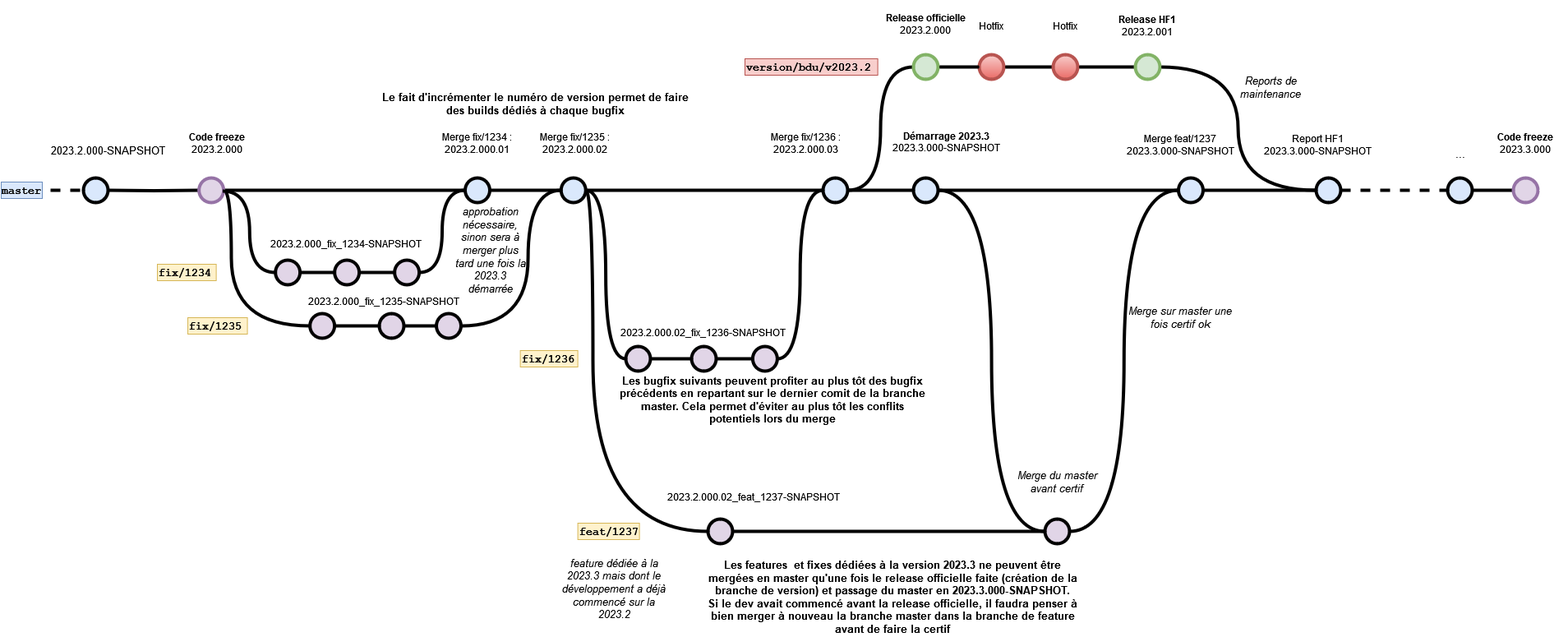
Above: proposition-release-git.drawio.png in omasseau/drawio (draw.io), before the change. Source tidied: cells renumbered, new cells last; positions are measured from the earlier drawing's top-left corner, leaving out a move shared by most shapes.
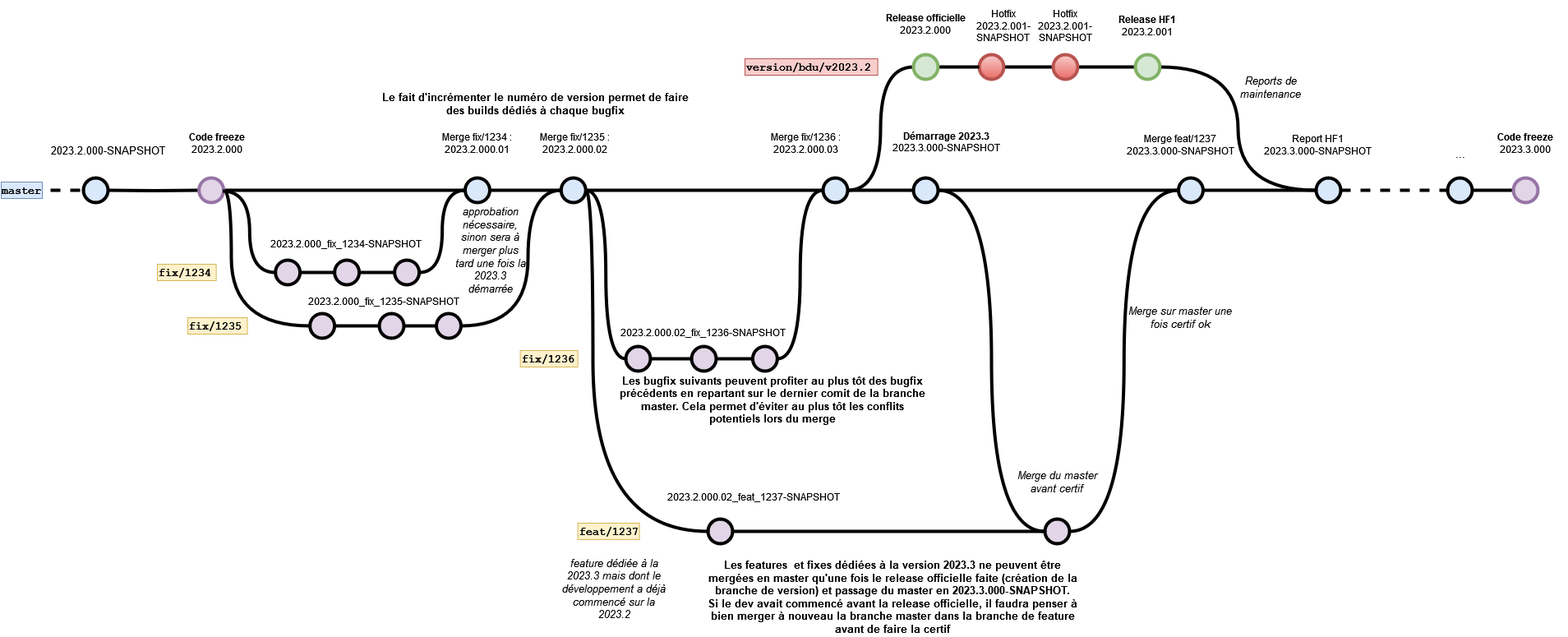
After the change.

Commit message:
Add versions for hotfix commits

Diff of the diagram source:
```diff
@@ -166,10 +166,10 @@
     <mxCell id="50" value="version/bdu/v2023.2" style="text;html=1;strokeColor=#b85450;fillColor=#f8cecc;align=left;verticalAlign=middle;whiteSpace=wrap;overflow=hidden;fontSize=14;fontStyle=1;fontFamily=Courier New;" parent="1" vertex="1">
       <mxGeometry x="905" y="70" width="161.6" height="20" as="geometry" />
     </mxCell>
-    <mxCell id="51" value="Hotfix" style="text;html=1;strokeColor=none;fillColor=none;align=center;verticalAlign=middle;whiteSpace=wrap;overflow=hidden;fontSize=12;" parent="1" vertex="1">
-      <mxGeometry x="1155" width="100" height="60" as="geometry" />
+    <mxCell id="51" value="&lt;div&gt;Hotfix&lt;br&gt;2023.2.001-SNAPSHOT&lt;br&gt;&lt;/div&gt;" style="text;html=1;strokeColor=none;fillColor=none;align=center;verticalAlign=middle;whiteSpace=wrap;overflow=hidden;fontSize=12;" parent="1" vertex="1">
+      <mxGeometry x="1170" width="100" height="60" as="geometry" />
     </mxCell>
-    <mxCell id="52" value="&lt;div style=&quot;font-size: 12px;&quot;&gt;Hotfix&lt;/div&gt;" style="text;html=1;strokeColor=none;fillColor=none;align=center;verticalAlign=middle;whiteSpace=wrap;overflow=hidden;fontSize=12;" parent="1" vertex="1">
+    <mxCell id="52" value="&lt;div style=&quot;font-size: 12px;&quot;&gt;Hotfix&lt;/div&gt;2023.2.001-SNAPSHOT" style="text;html=1;strokeColor=none;fillColor=none;align=center;verticalAlign=middle;whiteSpace=wrap;overflow=hidden;fontSize=12;" parent="1" vertex="1">
       <mxGeometry x="1245" width="100" height="60" as="geometry" />
     </mxCell>
     <mxCell id="53" style="edgeStyle=orthogonalEdgeStyle;shape=connector;curved=1;rounded=0;jettySize=auto;html=1;labelBackgroundColor=default;strokeColor=default;strokeWidth=4;fontFamily=Courier New;fontSize=16;fontColor=default;endArrow=none;endFill=0;" parent="1" edge="1" source="55" target="61">
```
